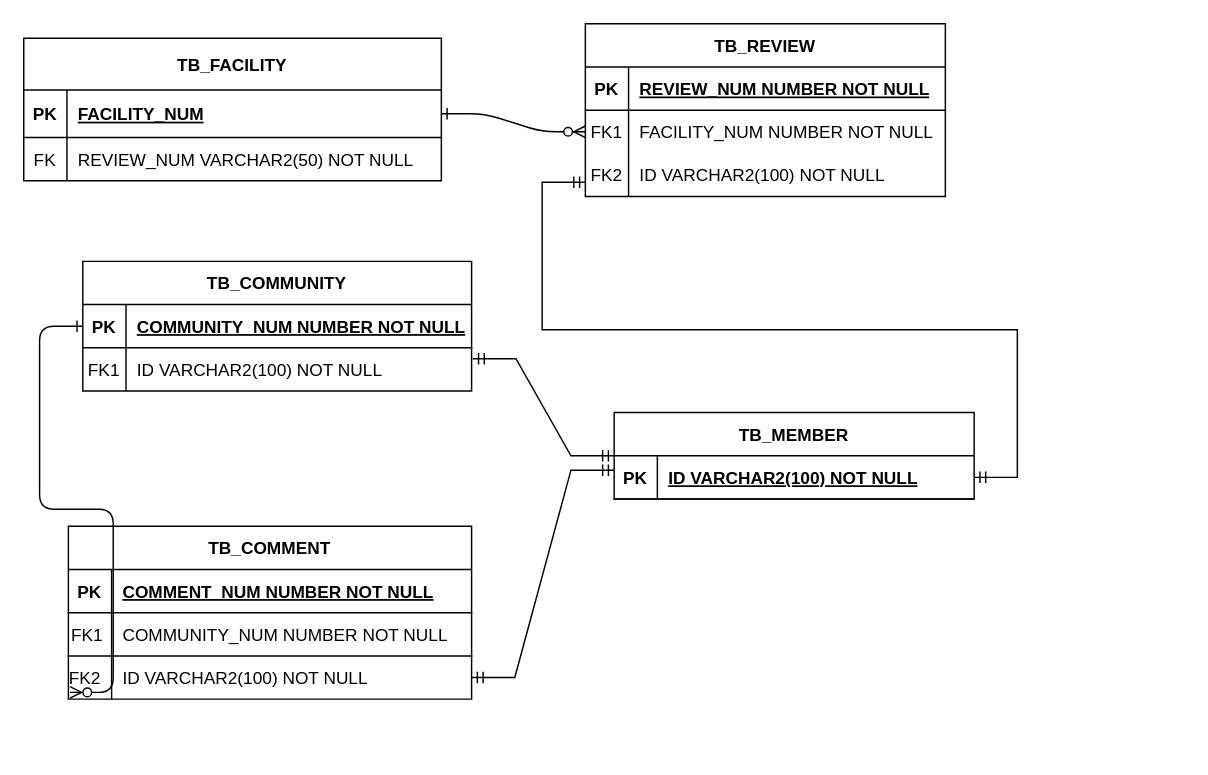
Earlier version of the draw.io diagram document/제목 없는 다이어그램.drawio (rimgosu/ProjectStudy). Source tidied: cells renumbered, new cells numbered last; positions are measured from the earlier drawing's top-left corner, leaving out a move shared by most shapes. Both pictures are drawn from the tidied source at 144%, with x=0, y=0 at pixel (23, 23).
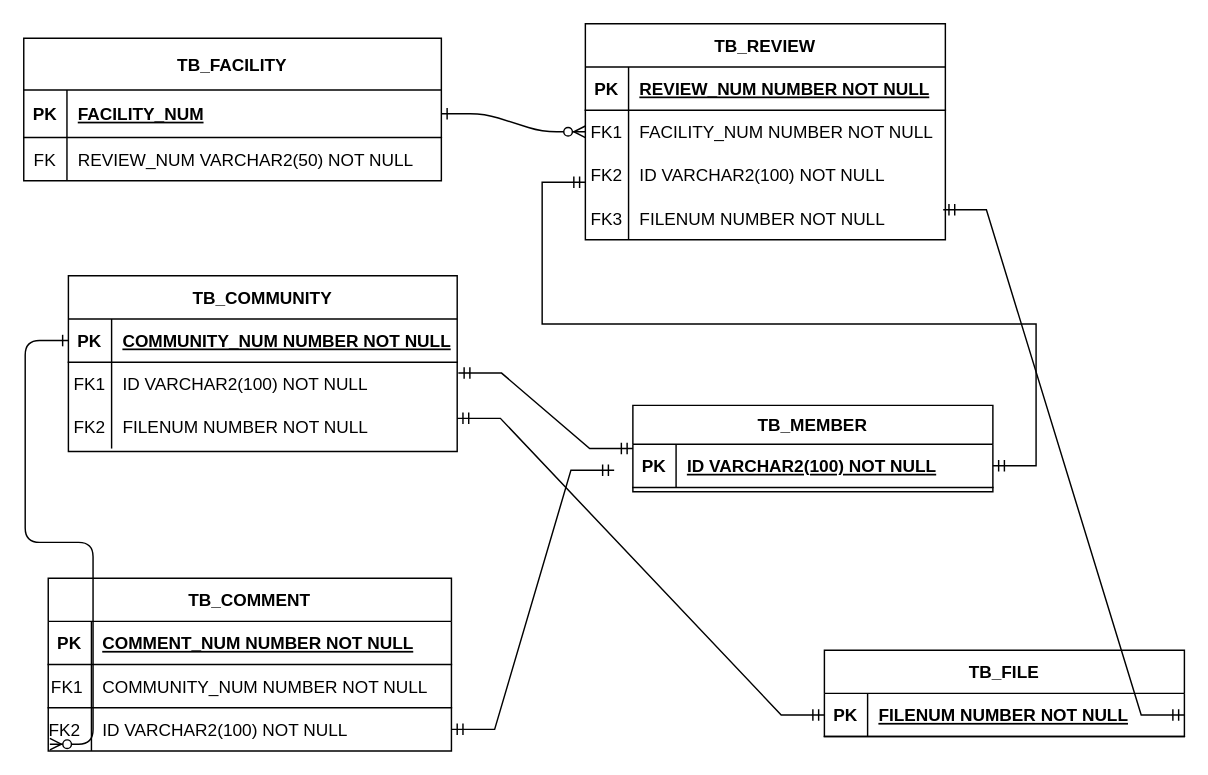
The same diagram, later.

Commit message:
제목 없는 다이어그램.drawio 업데이트

Change to the diagram source:
```diff
@@
     <mxCell id="3" value="TB_REVIEW" style="shape=table;startSize=30;childLayout=tableLayout;rowLines=0;fontStyle=1;align=center;" parent="1" vertex="1">
-      <mxGeometry x="390" width="250" height="120" as="geometry" />
+      <mxGeometry x="390" width="250" height="150" as="geometry" />
     </mxCell>
@@
+    <mxCell id="45" style="shape=partialRectangle;fillColor=none;points=[[0,0.5],[1,0.5]];portConstraint=eastwest;top=0;left=0;right=0;bottom=0;" parent="3" vertex="1">
+      <mxGeometry y="120" width="250" height="30" as="geometry" />
+    </mxCell>
+    <mxCell id="46" value="FK3" style="shape=partialRectangle;overflow=hidden;fillColor=none;top=0;left=0;bottom=0;right=0;" parent="45" vertex="1">
+      <mxGeometry width="30" height="30" as="geometry" />
+    </mxCell>
+    <mxCell id="47" value="FILENUM NUMBER NOT NULL" style="shape=partialRectangle;overflow=hidden;fillColor=none;top=0;left=0;bottom=0;right=0;align=left;spacingLeft=6;" parent="45" vertex="1">
+      <mxGeometry x="30" width="220" height="30" as="geometry" />
+    </mxCell>
-    <mxCell id="13" value="TB_MEMBER" style="shape=table;startSize=30;childLayout=tableLayout;rowLines=0;fontStyle=1;align=center;" parent="1" vertex="1">
-      <mxGeometry x="410" y="270" width="250" height="60" as="geometry" />
+    <mxCell id="13" value="TB_MEMBER" style="shape=table;startSize=27;childLayout=tableLayout;rowLines=0;fontStyle=1;align=center;" parent="1" vertex="1">
+      <mxGeometry x="423" y="265" width="250" height="60" as="geometry" />
     </mxCell>
     <mxCell id="14" style="shape=partialRectangle;fillColor=none;points=[[0,0.5],[1,0.5]];portConstraint=eastwest;top=0;left=0;right=0;bottom=1;" parent="13" vertex="1">
-      <mxGeometry y="30" width="250" height="30" as="geometry" />
+      <mxGeometry y="27" width="250" height="30" as="geometry" />
     </mxCell>
@@
     <mxCell id="24" value="TB_COMMUNITY" style="shape=table;startSize=30;childLayout=tableLayout;rowLines=0;fontStyle=1;align=center;" parent="1" vertex="1">
-      <mxGeometry x="41" y="165" width="270" height="90" as="geometry" />
+      <mxGeometry x="31" y="175" width="270" height="122" as="geometry" />
     </mxCell>
@@
+    <mxCell id="48" style="shape=partialRectangle;fillColor=none;points=[[0,0.5],[1,0.5]];portConstraint=eastwest;top=0;left=0;right=0;bottom=0;" parent="24" vertex="1">
+      <mxGeometry y="90" width="270" height="30" as="geometry" />
+    </mxCell>
+    <mxCell id="49" value="FK2" style="shape=partialRectangle;overflow=hidden;fillColor=none;top=0;left=0;bottom=0;right=0;" parent="48" vertex="1">
+      <mxGeometry width="30" height="30" as="geometry" />
+    </mxCell>
+    <mxCell id="50" value="FILENUM NUMBER NOT NULL" style="shape=partialRectangle;overflow=hidden;fillColor=none;top=0;left=0;bottom=0;right=0;align=left;spacingLeft=6;" parent="48" vertex="1">
+      <mxGeometry x="30" width="240" height="30" as="geometry" />
+    </mxCell>
     <mxCell id="31" value="TB_COMMENT" style="shape=table;startSize=30;childLayout=tableLayout;rowLines=0;fontStyle=1;align=center;" parent="1" vertex="1">
-      <mxGeometry x="31" y="349" width="280" height="120" as="geometry" />
+      <mxGeometry x="17" y="385" width="280" height="120" as="geometry" />
     </mxCell>
@@
+    <mxCell id="51" value="TB_FILE" style="shape=table;startSize=30;childLayout=tableLayout;rowLines=0;fontStyle=1;align=center;" parent="1" vertex="1">
+      <mxGeometry x="556" y="435" width="250" height="60" as="geometry" />
+    </mxCell>
+    <mxCell id="52" style="shape=partialRectangle;fillColor=none;points=[[0,0.5],[1,0.5]];portConstraint=eastwest;top=0;left=0;right=0;bottom=1;" parent="51" vertex="1">
+      <mxGeometry y="30" width="250" height="30" as="geometry" />
+    </mxCell>
+    <mxCell id="53" value="PK" style="shape=partialRectangle;overflow=hidden;fillColor=none;top=0;left=0;bottom=0;right=0;fontStyle=1;" parent="52" vertex="1">
+      <mxGeometry width="30" height="30" as="geometry" />
+    </mxCell>
+    <mxCell id="54" value="FILENUM NUMBER NOT NULL " style="shape=partialRectangle;overflow=hidden;fillColor=none;top=0;left=0;bottom=0;right=0;align=left;spacingLeft=6;fontStyle=5;" parent="52" vertex="1">
+      <mxGeometry x="30" width="220" height="30" as="geometry" />
+    </mxCell>
+    <mxCell id="55" style="edgeStyle=entityRelationEdgeStyle;fontSize=12;html=1;endArrow=ERmandOne;startArrow=ERmandOne;rounded=0;entryX=1;entryY=0.301;entryDx=0;entryDy=0;entryPerimeter=0;exitX=0;exitY=0.5;exitDx=0;exitDy=0;" parent="1" edge="1" source="52" target="48">
+      <mxGeometry relative="1" as="geometry">
+        <Array as="points">
+          <mxPoint x="153" y="256" />
+        </Array>
+      </mxGeometry>
+    </mxCell>
+    <mxCell id="56" style="edgeStyle=entityRelationEdgeStyle;fontSize=12;html=1;endArrow=ERmandOne;startArrow=ERmandOne;rounded=0;entryX=0.994;entryY=0.307;entryDx=0;entryDy=0;exitX=1;exitY=0.5;exitDx=0;exitDy=0;entryPerimeter=0;" parent="1" edge="1" source="52" target="45">
+      <mxGeometry relative="1" as="geometry">
+        <Array as="points">
+          <mxPoint x="611" y="153" />
+          <mxPoint x="1137" y="39" />
+        </Array>
+      </mxGeometry>
+    </mxCell>
```
